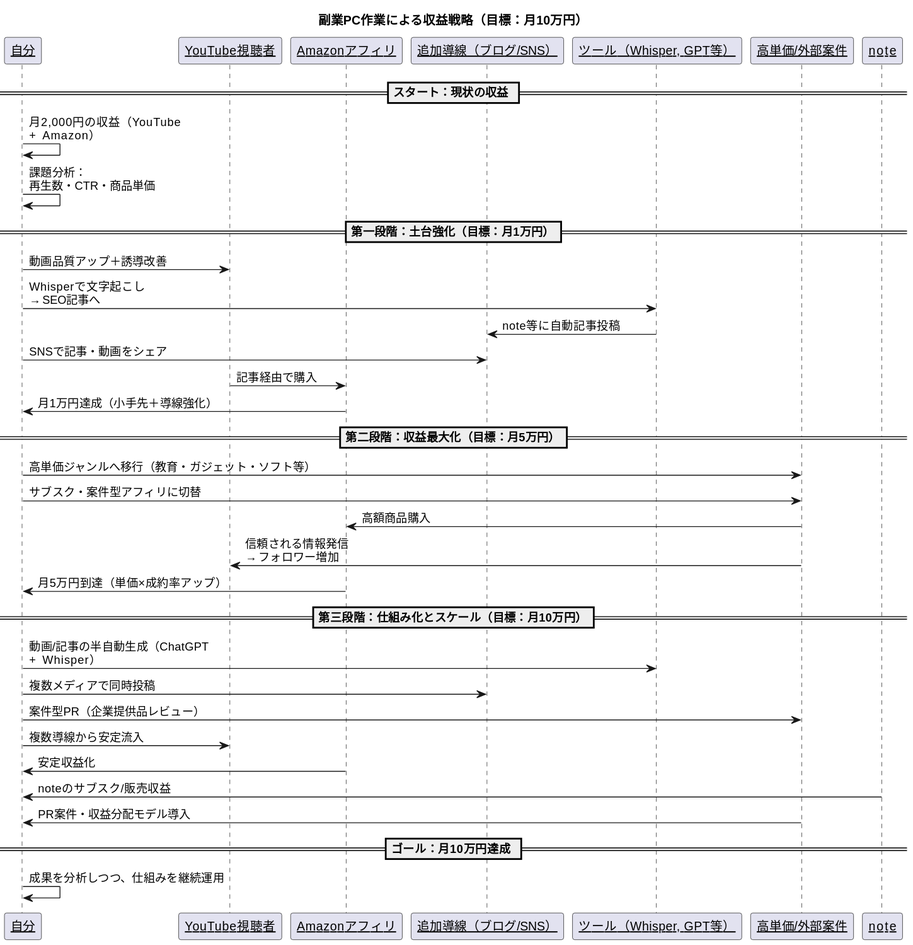
Above: out/it_affiriate_howto2.svg in coacoa/images (PlantUML), before the change.
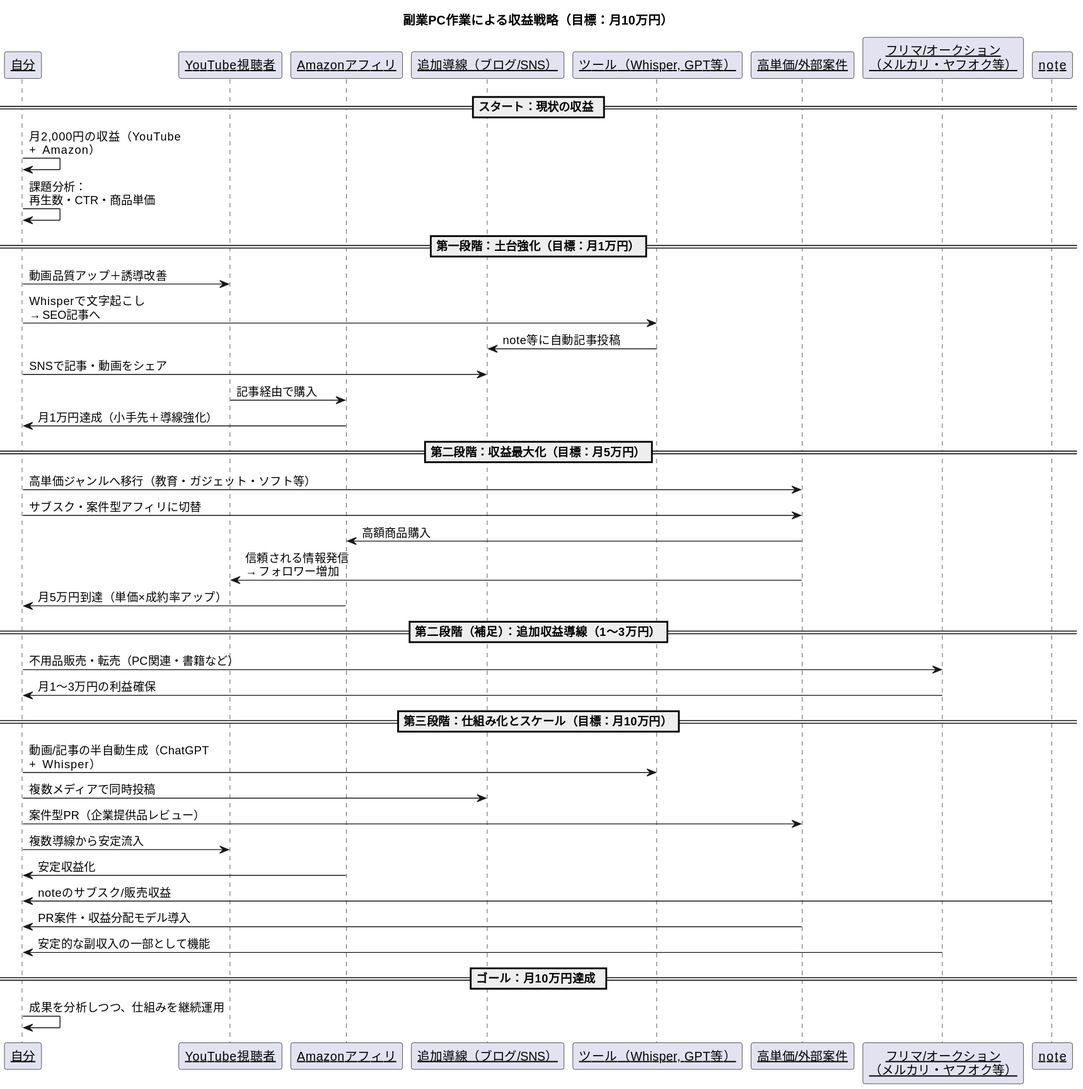
Later version of the same file.

What changed in the source:
```diff
@@ -9,6 +9,7 @@
 participant "追加導線（ブログ/SNS）" as Channels
 participant "ツール（Whisper, GPT等）" as Tools
 participant "高単価/外部案件" as Expansion
+participant "フリマ/オークション\n（メルカリ・ヤフオク等）" as FleaMarket
 
 == スタート：現状の収益 ==
 
@@ -32,6 +33,11 @@
 Expansion -> Viewer : 信頼される情報発信 → フォロワー増加
 Amazon -> Me : 月5万円到達（単価×成約率アップ）
 
+== 第二段階（補足）：追加収益導線（1〜3万円）==
+
+Me -> FleaMarket : 不用品販売・転売（PC関連・書籍など）
+FleaMarket -> Me : 月1〜3万円の利益確保
+
 == 第三段階：仕組み化とスケール（目標：月10万円）==
 
 Me -> Tools : 動画/記事の半自動生成（ChatGPT + Whisper）
@@ -41,6 +47,7 @@
 Amazon -> Me : 安定収益化
 note -> Me : noteのサブスク/販売収益
 Expansion -> Me : PR案件・収益分配モデル導入
+FleaMarket -> Me : 安定的な副収入の一部として機能
 
 == ゴール：月10万円達成 ==
 
```
